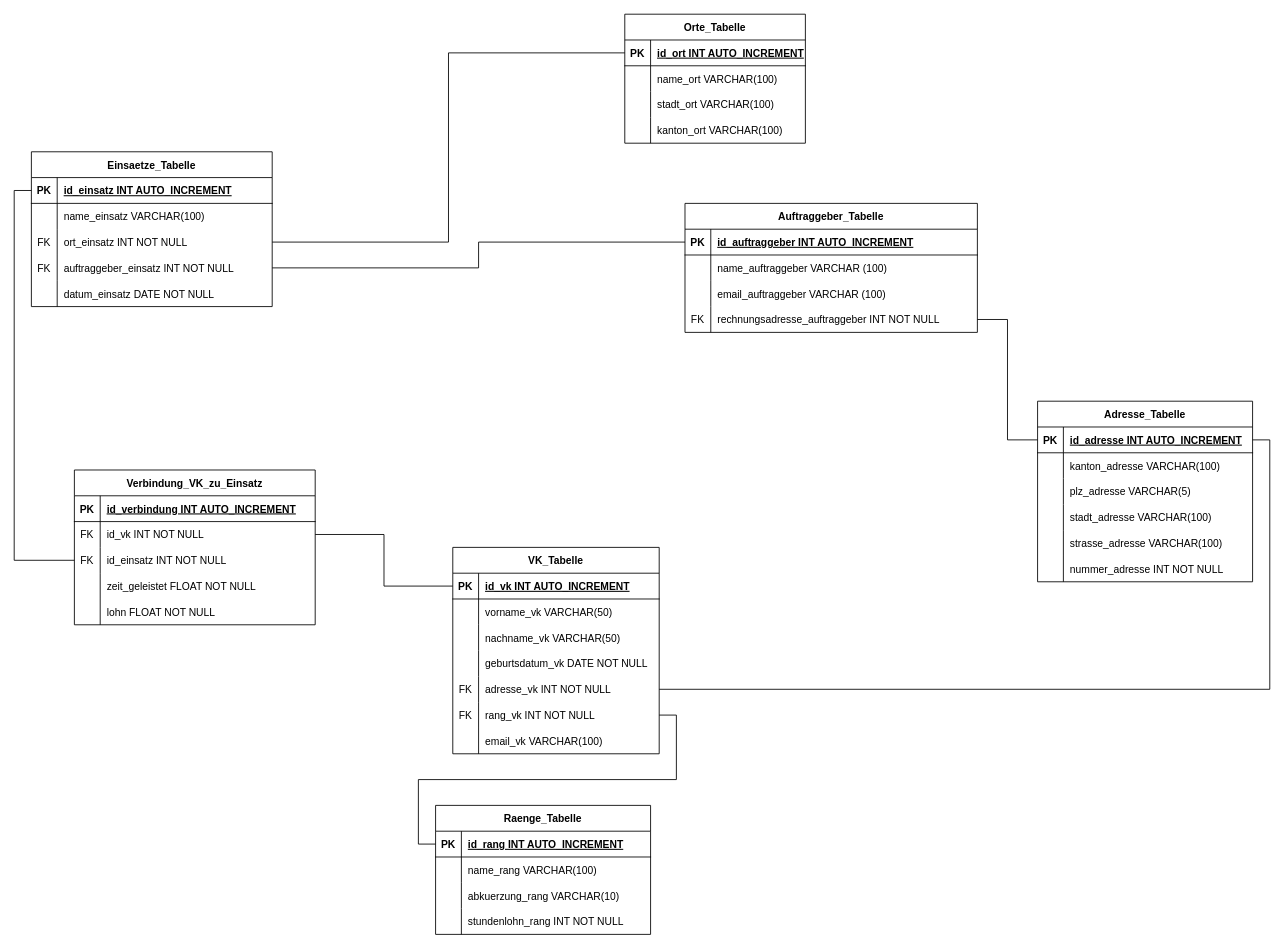
Before: ERM_Datenbank.drawio in CMSuisse/ef5-Datenbank-Projekt, a draw.io diagram. Source tidied: cells renumbered, new cells numbered last; positions are measured from the earlier drawing's top-left corner, leaving out a move shared by most shapes. Both pictures are drawn from the tidied source at 86%, with x=0, y=0 at pixel (31, 14).
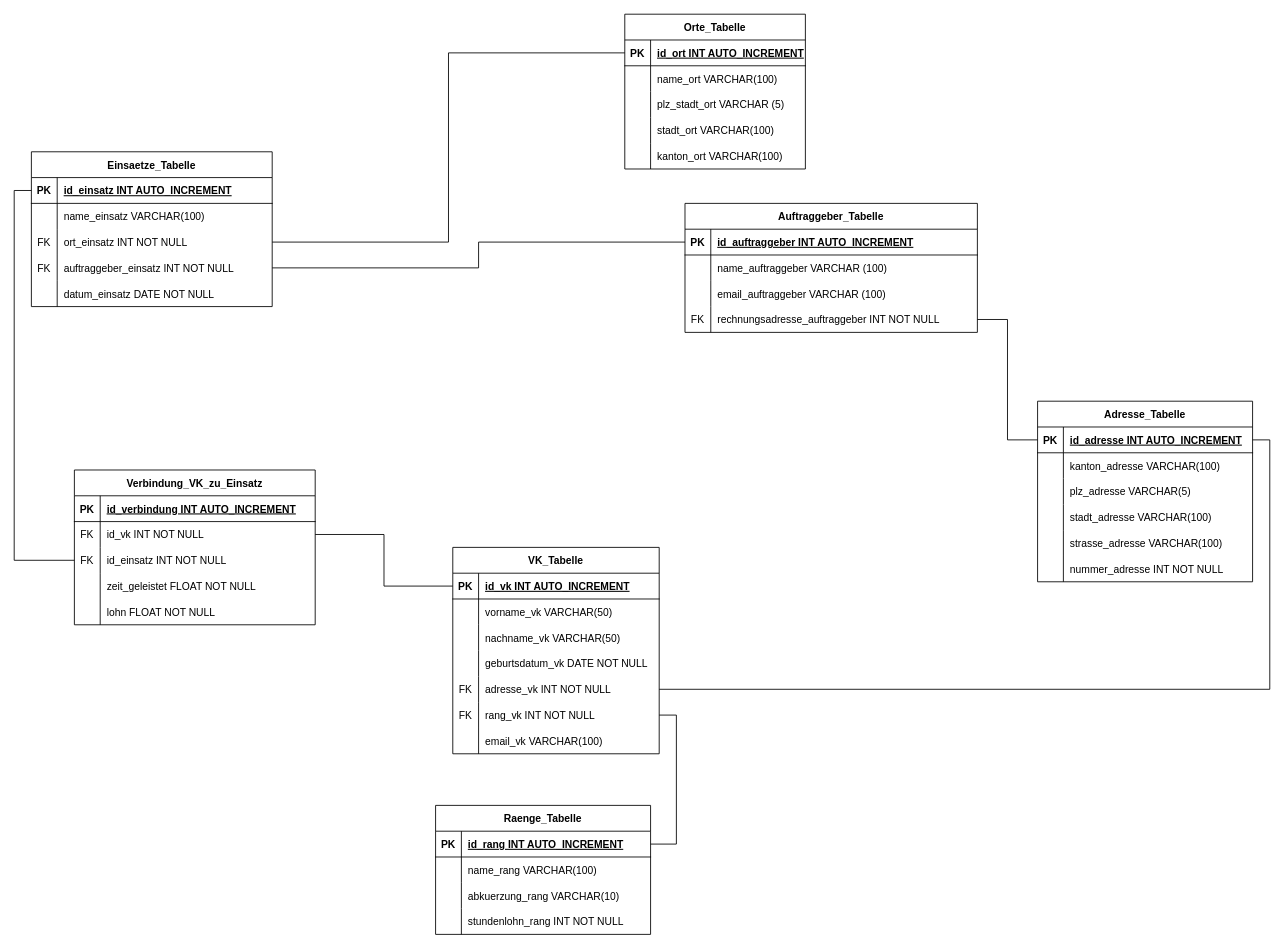
Above is the later version.

Unchanged cells that the change refers to:
```xml
<mxCell id="82" style="shape=tableRow;horizontal=0;startSize=0;swimlaneHead=0;swimlaneBody=0;fillColor=none;points=[[0,0.5],[1,0.5]];portConstraint=eastwest;top=0;left=0;right=0;bottom=0;" parent="66" vertex="1">
  <mxGeometry y="180" width="240" height="30" as="geometry" />
</mxCell>
<mxCell id="90" style="shape=tableRow;horizontal=0;startSize=0;swimlaneHead=0;swimlaneBody=0;fillColor=none;points=[[0,0.5],[1,0.5]];portConstraint=eastwest;top=0;left=0;right=0;bottom=1;" parent="89" vertex="1">
  <mxGeometry y="30" width="250" height="30" as="geometry" />
</mxCell>
```

Change to the diagram source:
```diff
@@
     <mxCell id="18" value="Orte_Tabelle" style="shape=table;startSize=30;childLayout=tableLayout;rowLines=0;fontStyle=1;align=center;" parent="1" vertex="1">
-      <mxGeometry x="690" width="210" height="150" as="geometry" />
+      <mxGeometry x="690" width="210" height="180" as="geometry" />
     </mxCell>
@@
+    <mxCell id="121" style="shape=tableRow;horizontal=0;startSize=0;swimlaneHead=0;swimlaneBody=0;fillColor=none;top=0;left=0;right=0;bottom=0;" parent="18" vertex="1">
+      <mxGeometry y="90" width="210" height="30" as="geometry" />
+    </mxCell>
+    <mxCell id="122" style="shape=partialRectangle;fillColor=none;top=0;left=0;bottom=0;right=0;overflow=hidden;" parent="121" vertex="1">
+      <mxGeometry width="30" height="30" as="geometry" />
+    </mxCell>
+    <mxCell id="123" value="plz_stadt_ort VARCHAR (5)" style="shape=partialRectangle;fillColor=none;top=0;left=0;bottom=0;right=0;align=left;spacingLeft=6;overflow=hidden;" parent="121" vertex="1">
+      <mxGeometry x="30" width="180" height="30" as="geometry" />
+    </mxCell>
     <mxCell id="25" style="shape=tableRow;horizontal=0;startSize=0;swimlaneHead=0;swimlaneBody=0;fillColor=none;top=0;left=0;right=0;bottom=0;" parent="18" vertex="1">
-      <mxGeometry y="90" width="210" height="30" as="geometry" />
+      <mxGeometry y="120" width="210" height="30" as="geometry" />
     </mxCell>
@@
     <mxCell id="28" style="shape=tableRow;horizontal=0;startSize=0;swimlaneHead=0;swimlaneBody=0;fillColor=none;top=0;left=0;right=0;bottom=0;" parent="18" vertex="1">
-      <mxGeometry y="120" width="210" height="30" as="geometry" />
+      <mxGeometry y="150" width="210" height="30" as="geometry" />
     </mxCell>
@@
-    <mxCell id="102" style="edgeStyle=orthogonalEdgeStyle;rounded=0;jettySize=auto;html=1;exitX=1;exitY=0.5;exitDx=0;exitDy=0;entryX=0;entryY=0.5;entryDx=0;entryDy=0;endArrow=none;endFill=0;" parent="1" edge="1" source="82" target="90">
-      <mxGeometry relative="1" as="geometry" />
-    </mxCell>
@@
+    <mxCell id="102" style="edgeStyle=orthogonalEdgeStyle;rounded=0;jettySize=auto;html=1;exitX=1;exitY=0.5;exitDx=0;exitDy=0;entryX=1;entryY=0.5;entryDx=0;entryDy=0;endArrow=none;endFill=0;" parent="1" edge="1" source="82" target="90">
+      <mxGeometry relative="1" as="geometry" />
+    </mxCell>
```
